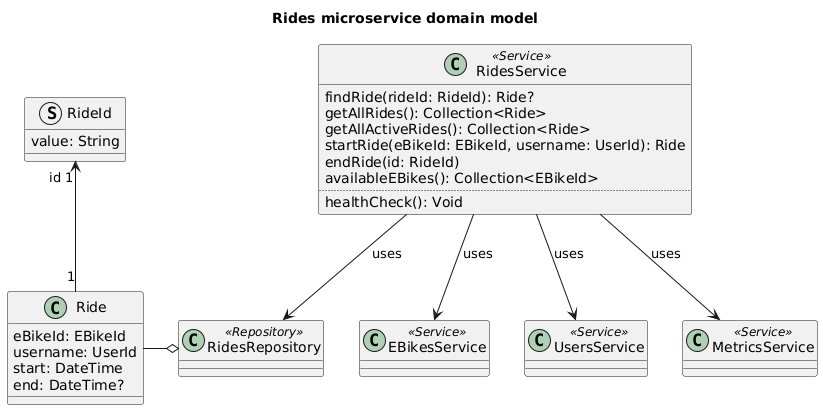
Earlier version of the PlantUML export doc/diagrams/rides-microservice-domain-model.png (Ventus218/SAP-assignment-02).
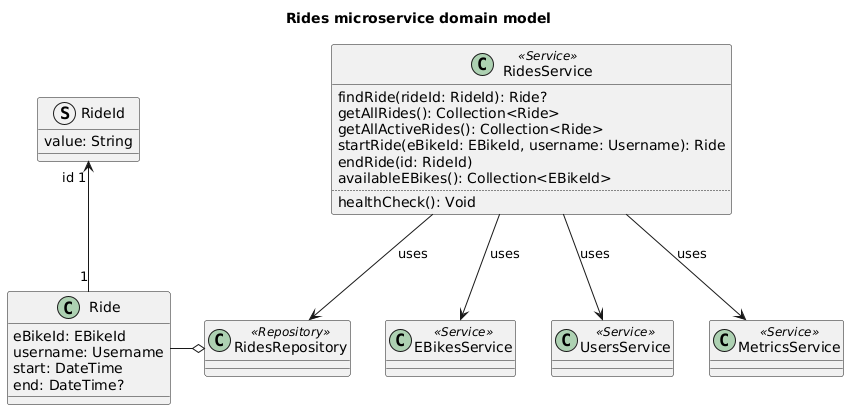
After the change.

What changed in the source:
```diff
@@ -4,7 +4,7 @@
 
 class Ride {
     eBikeId: EBikeId
-    username: UserId
+    username: Username
     start: DateTime
     end: DateTime?
 }
@@ -20,7 +20,7 @@
     findRide(rideId: RideId): Ride?
     getAllRides(): Collection<Ride>
     getAllActiveRides(): Collection<Ride>
-    startRide(eBikeId: EBikeId, username: UserId): Ride
+    startRide(eBikeId: EBikeId, username: Username): Ride
     endRide(id: RideId)
     availableEBikes(): Collection<EBikeId>
     ..
```
